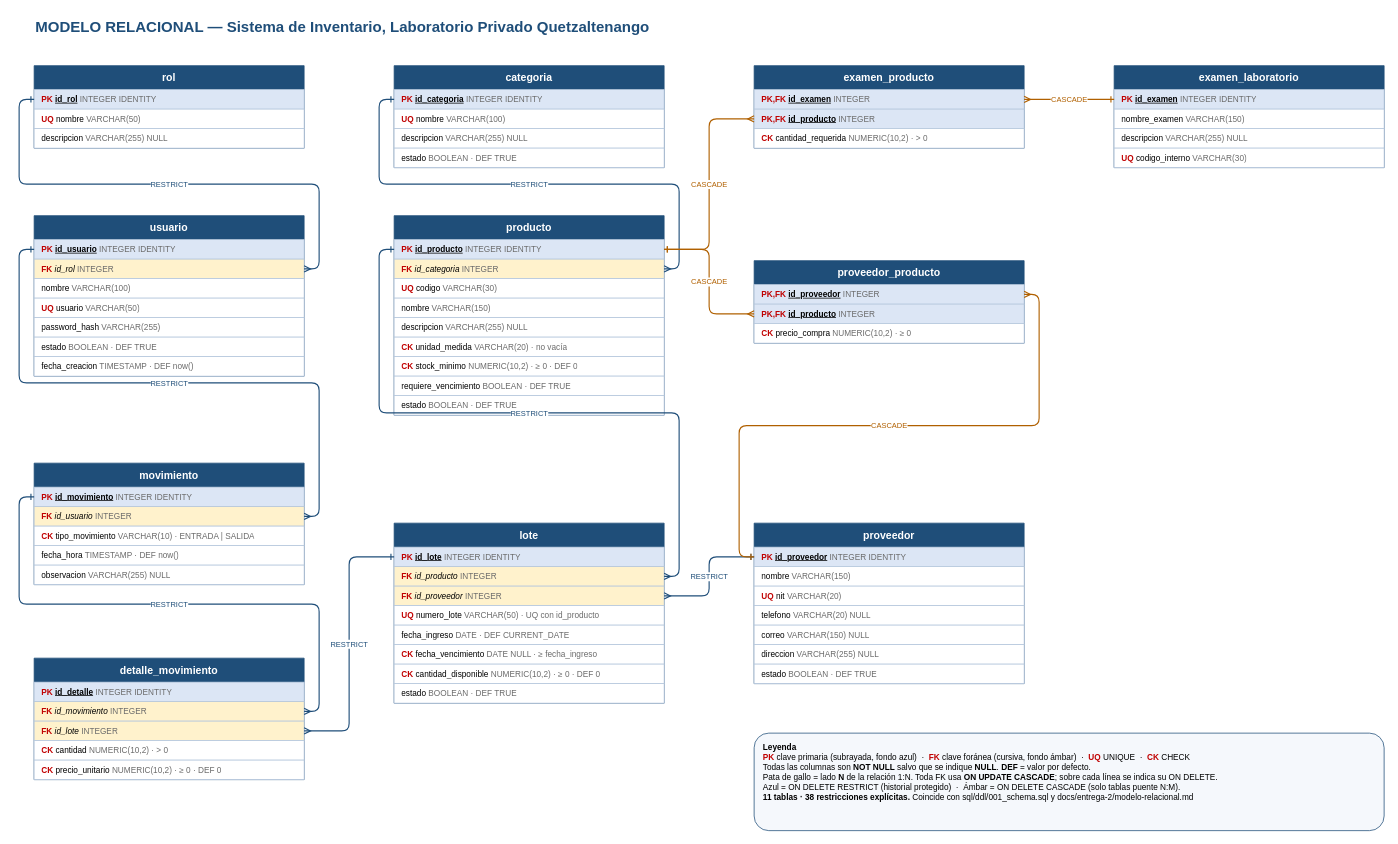
This is docs/diagramas/DIAGRAMA-RELACIONAL.drawio from Criss-paz/sistema-inventario-laboratorio, a draw.io file, before an edit. Source tidied: cells renumbered, new cells numbered last; positions are measured from the earlier drawing's top-left corner, leaving out a move shared by most shapes. Both pictures are drawn from the tidied source at 75%, with x=0, y=0 at pixel (34, 13).
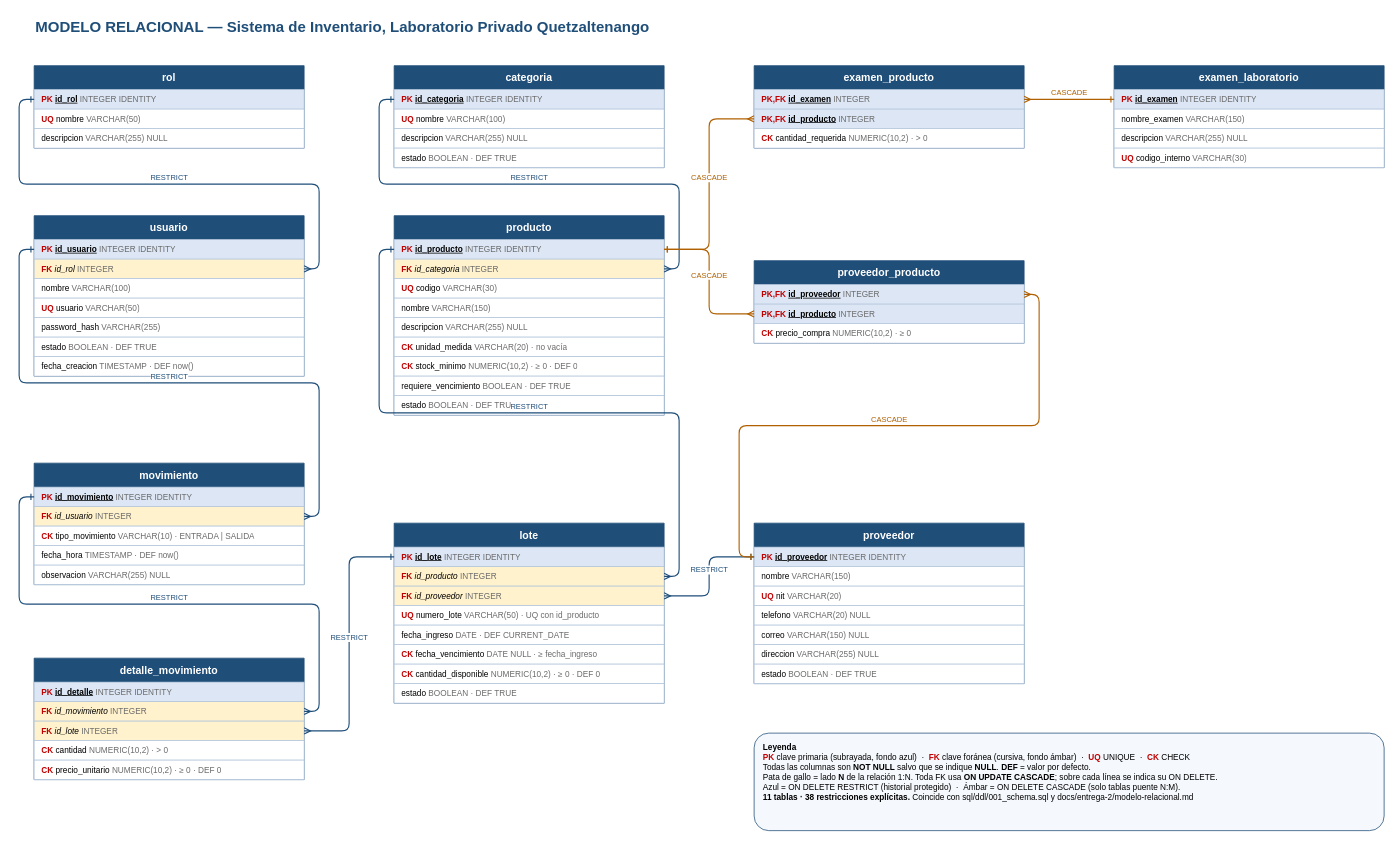
After the change.

Commit message:
fix(docs): evita que la linea cruce las etiquetas ON DELETE

Las etiquetas se dibujaban centradas sobre el trazo y RESTRICT parecia
texto tachado. Ahora se apoyan sobre la linea en vez de encima de ella.

The change refers to these unchanged cells:
```xml
<mxCell id="3" value="&lt;font color=&quot;#C00000&quot;&gt;&lt;b&gt;PK&lt;/b&gt;&lt;/font&gt; &lt;u&gt;&lt;b&gt;id_rol&lt;/b&gt;&lt;/u&gt; &lt;font color=&quot;#6B6B6B&quot;&gt;INTEGER IDENTITY&lt;/font&gt;" style="text;strokeColor=#B4C6DC;fillColor=#DCE6F5;align=left;verticalAlign=middle;spacingLeft=8;spacingRight=8;overflow=hidden;whiteSpace=nowrap;points=[[0,0.5,0,0,0],[1,0.5,0,0,0]];portConstraint=eastwest;html=1;fontSize=11;fontColor=#000000;" parent="2" vertex="1">
  <mxGeometry y="32" width="360" height="26" as="geometry" />
</mxCell>
<mxCell id="7" value="&lt;font color=&quot;#C00000&quot;&gt;&lt;b&gt;PK&lt;/b&gt;&lt;/font&gt; &lt;u&gt;&lt;b&gt;id_usuario&lt;/b&gt;&lt;/u&gt; &lt;font color=&quot;#6B6B6B&quot;&gt;INTEGER IDENTITY&lt;/font&gt;" style="text;strokeColor=#B4C6DC;fillColor=#DCE6F5;align=left;verticalAlign=middle;spacingLeft=8;spacingRight=8;overflow=hidden;whiteSpace=nowrap;points=[[0,0.5,0,0,0],[1,0.5,0,0,0]];portConstraint=eastwest;html=1;fontSize=11;fontColor=#000000;" parent="6" vertex="1">
  <mxGeometry y="32" width="360" height="26" as="geometry" />
</mxCell>
<mxCell id="8" value="&lt;font color=&quot;#C00000&quot;&gt;&lt;b&gt;FK&lt;/b&gt;&lt;/font&gt; &lt;i&gt;id_rol&lt;/i&gt; &lt;font color=&quot;#6B6B6B&quot;&gt;INTEGER&lt;/font&gt;" style="text;strokeColor=#B4C6DC;fillColor=#FFF2CC;align=left;verticalAlign=middle;spacingLeft=8;spacingRight=8;overflow=hidden;whiteSpace=nowrap;points=[[0,0.5,0,0,0],[1,0.5,0,0,0]];portConstraint=eastwest;html=1;fontSize=11;fontColor=#000000;" parent="6" vertex="1">
  <mxGeometry y="58" width="360" height="26" as="geometry" />
</mxCell>
<mxCell id="15" value="&lt;font color=&quot;#C00000&quot;&gt;&lt;b&gt;PK&lt;/b&gt;&lt;/font&gt; &lt;u&gt;&lt;b&gt;id_movimiento&lt;/b&gt;&lt;/u&gt; &lt;font color=&quot;#6B6B6B&quot;&gt;INTEGER IDENTITY&lt;/font&gt;" style="text;strokeColor=#B4C6DC;fillColor=#DCE6F5;align=left;verticalAlign=middle;spacingLeft=8;spacingRight=8;overflow=hidden;whiteSpace=nowrap;points=[[0,0.5,0,0,0],[1,0.5,0,0,0]];portConstraint=eastwest;html=1;fontSize=11;fontColor=#000000;" parent="14" vertex="1">
  <mxGeometry y="32" width="360" height="26" as="geometry" />
</mxCell>
<mxCell id="16" value="&lt;font color=&quot;#C00000&quot;&gt;&lt;b&gt;FK&lt;/b&gt;&lt;/font&gt; &lt;i&gt;id_usuario&lt;/i&gt; &lt;font color=&quot;#6B6B6B&quot;&gt;INTEGER&lt;/font&gt;" style="text;strokeColor=#B4C6DC;fillColor=#FFF2CC;align=left;verticalAlign=middle;spacingLeft=8;spacingRight=8;overflow=hidden;whiteSpace=nowrap;points=[[0,0.5,0,0,0],[1,0.5,0,0,0]];portConstraint=eastwest;html=1;fontSize=11;fontColor=#000000;" parent="14" vertex="1">
  <mxGeometry y="58" width="360" height="26" as="geometry" />
</mxCell>
<mxCell id="22" value="&lt;font color=&quot;#C00000&quot;&gt;&lt;b&gt;FK&lt;/b&gt;&lt;/font&gt; &lt;i&gt;id_movimiento&lt;/i&gt; &lt;font color=&quot;#6B6B6B&quot;&gt;INTEGER&lt;/font&gt;" style="text;strokeColor=#B4C6DC;fillColor=#FFF2CC;align=left;verticalAlign=middle;spacingLeft=8;spacingRight=8;overflow=hidden;whiteSpace=nowrap;points=[[0,0.5,0,0,0],[1,0.5,0,0,0]];portConstraint=eastwest;html=1;fontSize=11;fontColor=#000000;" parent="20" vertex="1">
  <mxGeometry y="58" width="360" height="26" as="geometry" />
</mxCell>
<mxCell id="23" value="&lt;font color=&quot;#C00000&quot;&gt;&lt;b&gt;FK&lt;/b&gt;&lt;/font&gt; &lt;i&gt;id_lote&lt;/i&gt; &lt;font color=&quot;#6B6B6B&quot;&gt;INTEGER&lt;/font&gt;" style="text;strokeColor=#B4C6DC;fillColor=#FFF2CC;align=left;verticalAlign=middle;spacingLeft=8;spacingRight=8;overflow=hidden;whiteSpace=nowrap;points=[[0,0.5,0,0,0],[1,0.5,0,0,0]];portConstraint=eastwest;html=1;fontSize=11;fontColor=#000000;" parent="20" vertex="1">
  <mxGeometry y="84" width="360" height="26" as="geometry" />
</mxCell>
<mxCell id="27" value="&lt;font color=&quot;#C00000&quot;&gt;&lt;b&gt;PK&lt;/b&gt;&lt;/font&gt; &lt;u&gt;&lt;b&gt;id_categoria&lt;/b&gt;&lt;/u&gt; &lt;font color=&quot;#6B6B6B&quot;&gt;INTEGER IDENTITY&lt;/font&gt;" style="text;strokeColor=#B4C6DC;fillColor=#DCE6F5;align=left;verticalAlign=middle;spacingLeft=8;spacingRight=8;overflow=hidden;whiteSpace=nowrap;points=[[0,0.5,0,0,0],[1,0.5,0,0,0]];portConstraint=eastwest;html=1;fontSize=11;fontColor=#000000;" parent="26" vertex="1">
  <mxGeometry y="32" width="360" height="26" as="geometry" />
</mxCell>
<mxCell id="32" value="&lt;font color=&quot;#C00000&quot;&gt;&lt;b&gt;PK&lt;/b&gt;&lt;/font&gt; &lt;u&gt;&lt;b&gt;id_producto&lt;/b&gt;&lt;/u&gt; &lt;font color=&quot;#6B6B6B&quot;&gt;INTEGER IDENTITY&lt;/font&gt;" style="text;strokeColor=#B4C6DC;fillColor=#DCE6F5;align=left;verticalAlign=middle;spacingLeft=8;spacingRight=8;overflow=hidden;whiteSpace=nowrap;points=[[0,0.5,0,0,0],[1,0.5,0,0,0]];portConstraint=eastwest;html=1;fontSize=11;fontColor=#000000;" parent="31" vertex="1">
  <mxGeometry y="32" width="360" height="26" as="geometry" />
</mxCell>
<mxCell id="33" value="&lt;font color=&quot;#C00000&quot;&gt;&lt;b&gt;FK&lt;/b&gt;&lt;/font&gt; &lt;i&gt;id_categoria&lt;/i&gt; &lt;font color=&quot;#6B6B6B&quot;&gt;INTEGER&lt;/font&gt;" style="text;strokeColor=#B4C6DC;fillColor=#FFF2CC;align=left;verticalAlign=middle;spacingLeft=8;spacingRight=8;overflow=hidden;whiteSpace=nowrap;points=[[0,0.5,0,0,0],[1,0.5,0,0,0]];portConstraint=eastwest;html=1;fontSize=11;fontColor=#000000;" parent="31" vertex="1">
  <mxGeometry y="58" width="360" height="26" as="geometry" />
</mxCell>
<mxCell id="42" value="&lt;font color=&quot;#C00000&quot;&gt;&lt;b&gt;PK&lt;/b&gt;&lt;/font&gt; &lt;u&gt;&lt;b&gt;id_lote&lt;/b&gt;&lt;/u&gt; &lt;font color=&quot;#6B6B6B&quot;&gt;INTEGER IDENTITY&lt;/font&gt;" style="text;strokeColor=#B4C6DC;fillColor=#DCE6F5;align=left;verticalAlign=middle;spacingLeft=8;spacingRight=8;overflow=hidden;whiteSpace=nowrap;points=[[0,0.5,0,0,0],[1,0.5,0,0,0]];portConstraint=eastwest;html=1;fontSize=11;fontColor=#000000;" parent="41" vertex="1">
  <mxGeometry y="32" width="360" height="26" as="geometry" />
</mxCell>
<mxCell id="43" value="&lt;font color=&quot;#C00000&quot;&gt;&lt;b&gt;FK&lt;/b&gt;&lt;/font&gt; &lt;i&gt;id_producto&lt;/i&gt; &lt;font color=&quot;#6B6B6B&quot;&gt;INTEGER&lt;/font&gt;" style="text;strokeColor=#B4C6DC;fillColor=#FFF2CC;align=left;verticalAlign=middle;spacingLeft=8;spacingRight=8;overflow=hidden;whiteSpace=nowrap;points=[[0,0.5,0,0,0],[1,0.5,0,0,0]];portConstraint=eastwest;html=1;fontSize=11;fontColor=#000000;" parent="41" vertex="1">
  <mxGeometry y="58" width="360" height="26" as="geometry" />
</mxCell>
<mxCell id="44" value="&lt;font color=&quot;#C00000&quot;&gt;&lt;b&gt;FK&lt;/b&gt;&lt;/font&gt; &lt;i&gt;id_proveedor&lt;/i&gt; &lt;font color=&quot;#6B6B6B&quot;&gt;INTEGER&lt;/font&gt;" style="text;strokeColor=#B4C6DC;fillColor=#FFF2CC;align=left;verticalAlign=middle;spacingLeft=8;spacingRight=8;overflow=hidden;whiteSpace=nowrap;points=[[0,0.5,0,0,0],[1,0.5,0,0,0]];portConstraint=eastwest;html=1;fontSize=11;fontColor=#000000;" parent="41" vertex="1">
  <mxGeometry y="84" width="360" height="26" as="geometry" />
</mxCell>
<mxCell id="51" value="&lt;font color=&quot;#C00000&quot;&gt;&lt;b&gt;PK,FK&lt;/b&gt;&lt;/font&gt; &lt;u&gt;&lt;b&gt;id_examen&lt;/b&gt;&lt;/u&gt; &lt;font color=&quot;#6B6B6B&quot;&gt;INTEGER&lt;/font&gt;" style="text;strokeColor=#B4C6DC;fillColor=#DCE6F5;align=left;verticalAlign=middle;spacingLeft=8;spacingRight=8;overflow=hidden;whiteSpace=nowrap;points=[[0,0.5,0,0,0],[1,0.5,0,0,0]];portConstraint=eastwest;html=1;fontSize=11;fontColor=#000000;" parent="50" vertex="1">
  <mxGeometry y="32" width="360" height="26" as="geometry" />
</mxCell>
<mxCell id="52" value="&lt;font color=&quot;#C00000&quot;&gt;&lt;b&gt;PK,FK&lt;/b&gt;&lt;/font&gt; &lt;u&gt;&lt;b&gt;id_producto&lt;/b&gt;&lt;/u&gt; &lt;font color=&quot;#6B6B6B&quot;&gt;INTEGER&lt;/font&gt;" style="text;strokeColor=#B4C6DC;fillColor=#DCE6F5;align=left;verticalAlign=middle;spacingLeft=8;spacingRight=8;overflow=hidden;whiteSpace=nowrap;points=[[0,0.5,0,0,0],[1,0.5,0,0,0]];portConstraint=eastwest;html=1;fontSize=11;fontColor=#000000;" parent="50" vertex="1">
  <mxGeometry y="58" width="360" height="26" as="geometry" />
</mxCell>
<mxCell id="55" value="&lt;font color=&quot;#C00000&quot;&gt;&lt;b&gt;PK,FK&lt;/b&gt;&lt;/font&gt; &lt;u&gt;&lt;b&gt;id_proveedor&lt;/b&gt;&lt;/u&gt; &lt;font color=&quot;#6B6B6B&quot;&gt;INTEGER&lt;/font&gt;" style="text;strokeColor=#B4C6DC;fillColor=#DCE6F5;align=left;verticalAlign=middle;spacingLeft=8;spacingRight=8;overflow=hidden;whiteSpace=nowrap;points=[[0,0.5,0,0,0],[1,0.5,0,0,0]];portConstraint=eastwest;html=1;fontSize=11;fontColor=#000000;" parent="54" vertex="1">
  <mxGeometry y="32" width="360" height="26" as="geometry" />
</mxCell>
<mxCell id="56" value="&lt;font color=&quot;#C00000&quot;&gt;&lt;b&gt;PK,FK&lt;/b&gt;&lt;/font&gt; &lt;u&gt;&lt;b&gt;id_producto&lt;/b&gt;&lt;/u&gt; &lt;font color=&quot;#6B6B6B&quot;&gt;INTEGER&lt;/font&gt;" style="text;strokeColor=#B4C6DC;fillColor=#DCE6F5;align=left;verticalAlign=middle;spacingLeft=8;spacingRight=8;overflow=hidden;whiteSpace=nowrap;points=[[0,0.5,0,0,0],[1,0.5,0,0,0]];portConstraint=eastwest;html=1;fontSize=11;fontColor=#000000;" parent="54" vertex="1">
  <mxGeometry y="58" width="360" height="26" as="geometry" />
</mxCell>
<mxCell id="59" value="&lt;font color=&quot;#C00000&quot;&gt;&lt;b&gt;PK&lt;/b&gt;&lt;/font&gt; &lt;u&gt;&lt;b&gt;id_proveedor&lt;/b&gt;&lt;/u&gt; &lt;font color=&quot;#6B6B6B&quot;&gt;INTEGER IDENTITY&lt;/font&gt;" style="text;strokeColor=#B4C6DC;fillColor=#DCE6F5;align=left;verticalAlign=middle;spacingLeft=8;spacingRight=8;overflow=hidden;whiteSpace=nowrap;points=[[0,0.5,0,0,0],[1,0.5,0,0,0]];portConstraint=eastwest;html=1;fontSize=11;fontColor=#000000;" parent="58" vertex="1">
  <mxGeometry y="32" width="360" height="26" as="geometry" />
</mxCell>
<mxCell id="67" value="&lt;font color=&quot;#C00000&quot;&gt;&lt;b&gt;PK&lt;/b&gt;&lt;/font&gt; &lt;u&gt;&lt;b&gt;id_examen&lt;/b&gt;&lt;/u&gt; &lt;font color=&quot;#6B6B6B&quot;&gt;INTEGER IDENTITY&lt;/font&gt;" style="text;strokeColor=#B4C6DC;fillColor=#DCE6F5;align=left;verticalAlign=middle;spacingLeft=8;spacingRight=8;overflow=hidden;whiteSpace=nowrap;points=[[0,0.5,0,0,0],[1,0.5,0,0,0]];portConstraint=eastwest;html=1;fontSize=11;fontColor=#000000;" parent="66" vertex="1">
  <mxGeometry y="32" width="360" height="26" as="geometry" />
</mxCell>
```

Diff of the diagram source:
```diff
@@
-    <mxCell id="71" value="RESTRICT" style="edgeStyle=orthogonalEdgeStyle;rounded=1;html=1;jettySize=auto;endArrow=ERmany;endFill=0;startArrow=ERone;startFill=0;strokeColor=#1F4E79;strokeWidth=1.5;fontSize=10;fontColor=#1F4E79;labelBackgroundColor=#FFFFFF;" parent="1" edge="1" source="3" target="8">
+    <mxCell id="71" value="RESTRICT" style="edgeStyle=orthogonalEdgeStyle;rounded=1;html=1;jettySize=auto;endArrow=ERmany;endFill=0;startArrow=ERone;startFill=0;strokeColor=#1F4E79;strokeWidth=1.5;fontSize=10;fontColor=#1F4E79;labelBackgroundColor=#FFFFFF;verticalAlign=bottom;labelBorderColor=none;" parent="1" edge="1" source="3" target="8">
       <mxGeometry relative="1" as="geometry" />
     </mxCell>
-    <mxCell id="72" value="RESTRICT" style="edgeStyle=orthogonalEdgeStyle;rounded=1;html=1;jettySize=auto;endArrow=ERmany;endFill=0;startArrow=ERone;startFill=0;strokeColor=#1F4E79;strokeWidth=1.5;fontSize=10;fontColor=#1F4E79;labelBackgroundColor=#FFFFFF;" parent="1" edge="1" source="7" target="16">
+    <mxCell id="72" value="RESTRICT" style="edgeStyle=orthogonalEdgeStyle;rounded=1;html=1;jettySize=auto;endArrow=ERmany;endFill=0;startArrow=ERone;startFill=0;strokeColor=#1F4E79;strokeWidth=1.5;fontSize=10;fontColor=#1F4E79;labelBackgroundColor=#FFFFFF;verticalAlign=bottom;labelBorderColor=none;" parent="1" edge="1" source="7" target="16">
       <mxGeometry relative="1" as="geometry" />
     </mxCell>
-    <mxCell id="73" value="RESTRICT" style="edgeStyle=orthogonalEdgeStyle;rounded=1;html=1;jettySize=auto;endArrow=ERmany;endFill=0;startArrow=ERone;startFill=0;strokeColor=#1F4E79;strokeWidth=1.5;fontSize=10;fontColor=#1F4E79;labelBackgroundColor=#FFFFFF;" parent="1" edge="1" source="15" target="22">
+    <mxCell id="73" value="RESTRICT" style="edgeStyle=orthogonalEdgeStyle;rounded=1;html=1;jettySize=auto;endArrow=ERmany;endFill=0;startArrow=ERone;startFill=0;strokeColor=#1F4E79;strokeWidth=1.5;fontSize=10;fontColor=#1F4E79;labelBackgroundColor=#FFFFFF;verticalAlign=bottom;labelBorderColor=none;" parent="1" edge="1" source="15" target="22">
       <mxGeometry relative="1" as="geometry" />
     </mxCell>
-    <mxCell id="74" value="RESTRICT" style="edgeStyle=orthogonalEdgeStyle;rounded=1;html=1;jettySize=auto;endArrow=ERmany;endFill=0;startArrow=ERone;startFill=0;strokeColor=#1F4E79;strokeWidth=1.5;fontSize=10;fontColor=#1F4E79;labelBackgroundColor=#FFFFFF;" parent="1" edge="1" source="42" target="23">
+    <mxCell id="74" value="RESTRICT" style="edgeStyle=orthogonalEdgeStyle;rounded=1;html=1;jettySize=auto;endArrow=ERmany;endFill=0;startArrow=ERone;startFill=0;strokeColor=#1F4E79;strokeWidth=1.5;fontSize=10;fontColor=#1F4E79;labelBackgroundColor=#FFFFFF;verticalAlign=bottom;labelBorderColor=none;" parent="1" edge="1" source="42" target="23">
       <mxGeometry relative="1" as="geometry" />
     </mxCell>
-    <mxCell id="75" value="RESTRICT" style="edgeStyle=orthogonalEdgeStyle;rounded=1;html=1;jettySize=auto;endArrow=ERmany;endFill=0;startArrow=ERone;startFill=0;strokeColor=#1F4E79;strokeWidth=1.5;fontSize=10;fontColor=#1F4E79;labelBackgroundColor=#FFFFFF;" parent="1" edge="1" source="27" target="33">
+    <mxCell id="75" value="RESTRICT" style="edgeStyle=orthogonalEdgeStyle;rounded=1;html=1;jettySize=auto;endArrow=ERmany;endFill=0;startArrow=ERone;startFill=0;strokeColor=#1F4E79;strokeWidth=1.5;fontSize=10;fontColor=#1F4E79;labelBackgroundColor=#FFFFFF;verticalAlign=bottom;labelBorderColor=none;" parent="1" edge="1" source="27" target="33">
       <mxGeometry relative="1" as="geometry" />
     </mxCell>
-    <mxCell id="76" value="RESTRICT" style="edgeStyle=orthogonalEdgeStyle;rounded=1;html=1;jettySize=auto;endArrow=ERmany;endFill=0;startArrow=ERone;startFill=0;strokeColor=#1F4E79;strokeWidth=1.5;fontSize=10;fontColor=#1F4E79;labelBackgroundColor=#FFFFFF;" parent="1" edge="1" source="32" target="43">
+    <mxCell id="76" value="RESTRICT" style="edgeStyle=orthogonalEdgeStyle;rounded=1;html=1;jettySize=auto;endArrow=ERmany;endFill=0;startArrow=ERone;startFill=0;strokeColor=#1F4E79;strokeWidth=1.5;fontSize=10;fontColor=#1F4E79;labelBackgroundColor=#FFFFFF;verticalAlign=bottom;labelBorderColor=none;" parent="1" edge="1" source="32" target="43">
       <mxGeometry relative="1" as="geometry" />
     </mxCell>
-    <mxCell id="77" value="RESTRICT" style="edgeStyle=orthogonalEdgeStyle;rounded=1;html=1;jettySize=auto;endArrow=ERmany;endFill=0;startArrow=ERone;startFill=0;strokeColor=#1F4E79;strokeWidth=1.5;fontSize=10;fontColor=#1F4E79;labelBackgroundColor=#FFFFFF;" parent="1" edge="1" source="59" target="44">
+    <mxCell id="77" value="RESTRICT" style="edgeStyle=orthogonalEdgeStyle;rounded=1;html=1;jettySize=auto;endArrow=ERmany;endFill=0;startArrow=ERone;startFill=0;strokeColor=#1F4E79;strokeWidth=1.5;fontSize=10;fontColor=#1F4E79;labelBackgroundColor=#FFFFFF;verticalAlign=bottom;labelBorderColor=none;" parent="1" edge="1" source="59" target="44">
       <mxGeometry relative="1" as="geometry" />
     </mxCell>
-    <mxCell id="78" value="CASCADE" style="edgeStyle=orthogonalEdgeStyle;rounded=1;html=1;jettySize=auto;endArrow=ERmany;endFill=0;startArrow=ERone;startFill=0;strokeColor=#B06000;strokeWidth=1.5;fontSize=10;fontColor=#B06000;labelBackgroundColor=#FFFFFF;" parent="1" edge="1" source="59" target="55">
+    <mxCell id="78" value="CASCADE" style="edgeStyle=orthogonalEdgeStyle;rounded=1;html=1;jettySize=auto;endArrow=ERmany;endFill=0;startArrow=ERone;startFill=0;strokeColor=#B06000;strokeWidth=1.5;fontSize=10;fontColor=#B06000;labelBackgroundColor=#FFFFFF;verticalAlign=bottom;labelBorderColor=none;" parent="1" edge="1" source="59" target="55">
       <mxGeometry relative="1" as="geometry" />
     </mxCell>
-    <mxCell id="79" value="CASCADE" style="edgeStyle=orthogonalEdgeStyle;rounded=1;html=1;jettySize=auto;endArrow=ERmany;endFill=0;startArrow=ERone;startFill=0;strokeColor=#B06000;strokeWidth=1.5;fontSize=10;fontColor=#B06000;labelBackgroundColor=#FFFFFF;" parent="1" edge="1" source="32" target="56">
+    <mxCell id="79" value="CASCADE" style="edgeStyle=orthogonalEdgeStyle;rounded=1;html=1;jettySize=auto;endArrow=ERmany;endFill=0;startArrow=ERone;startFill=0;strokeColor=#B06000;strokeWidth=1.5;fontSize=10;fontColor=#B06000;labelBackgroundColor=#FFFFFF;verticalAlign=bottom;labelBorderColor=none;" parent="1" edge="1" source="32" target="56">
       <mxGeometry relative="1" as="geometry" />
     </mxCell>
-    <mxCell id="80" value="CASCADE" style="edgeStyle=orthogonalEdgeStyle;rounded=1;html=1;jettySize=auto;endArrow=ERmany;endFill=0;startArrow=ERone;startFill=0;strokeColor=#B06000;strokeWidth=1.5;fontSize=10;fontColor=#B06000;labelBackgroundColor=#FFFFFF;" parent="1" edge="1" source="67" target="51">
+    <mxCell id="80" value="CASCADE" style="edgeStyle=orthogonalEdgeStyle;rounded=1;html=1;jettySize=auto;endArrow=ERmany;endFill=0;startArrow=ERone;startFill=0;strokeColor=#B06000;strokeWidth=1.5;fontSize=10;fontColor=#B06000;labelBackgroundColor=#FFFFFF;verticalAlign=bottom;labelBorderColor=none;" parent="1" edge="1" source="67" target="51">
       <mxGeometry relative="1" as="geometry" />
     </mxCell>
-    <mxCell id="81" value="CASCADE" style="edgeStyle=orthogonalEdgeStyle;rounded=1;html=1;jettySize=auto;endArrow=ERmany;endFill=0;startArrow=ERone;startFill=0;strokeColor=#B06000;strokeWidth=1.5;fontSize=10;fontColor=#B06000;labelBackgroundColor=#FFFFFF;" parent="1" edge="1" source="32" target="52">
+    <mxCell id="81" value="CASCADE" style="edgeStyle=orthogonalEdgeStyle;rounded=1;html=1;jettySize=auto;endArrow=ERmany;endFill=0;startArrow=ERone;startFill=0;strokeColor=#B06000;strokeWidth=1.5;fontSize=10;fontColor=#B06000;labelBackgroundColor=#FFFFFF;verticalAlign=bottom;labelBorderColor=none;" parent="1" edge="1" source="32" target="52">
       <mxGeometry relative="1" as="geometry" />
     </mxCell>
```
